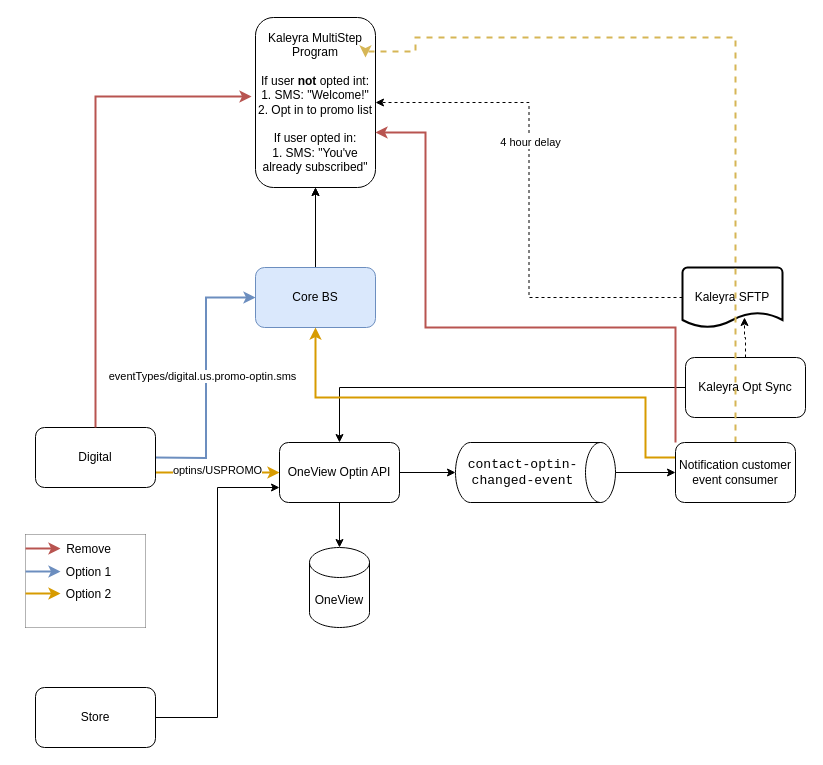
AarellanoH/draw_io keeps this draw.io diagram as drawings/Digital Optin integration.drawio. Above is the earlier version. Source tidied: cells renumbered, new cells numbered last; positions are measured from the earlier drawing's top-left corner, leaving out a move shared by most shapes. Both pictures are drawn from the tidied source at 100%, with x=0, y=0 at pixel (25, 17).
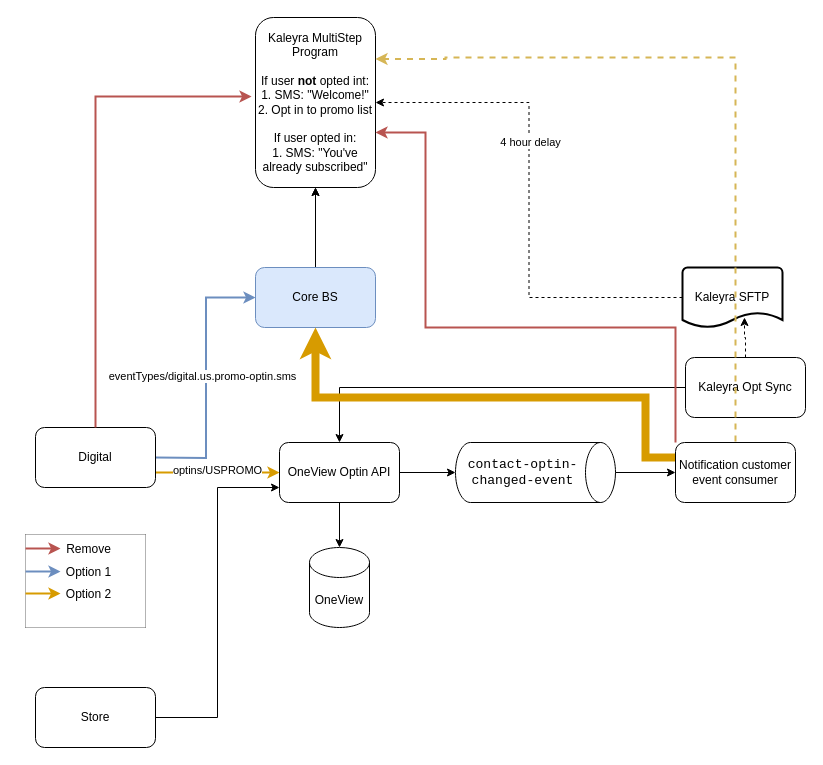
The same page after the edit.

The change refers to these unchanged cells:
```xml
<mxCell id="14" value="Core BS" style="rounded=1;whiteSpace=wrap;html=1;fillColor=#dae8fc;strokeColor=#6c8ebf;" parent="1" vertex="1">
  <mxGeometry x="230" y="250" width="120" height="60" as="geometry" />
</mxCell>
<mxCell id="34" value="Notification customer event consumer" style="rounded=1;whiteSpace=wrap;html=1;" parent="1" vertex="1">
  <mxGeometry x="650" y="425" width="120" height="60" as="geometry" />
</mxCell>
```

Change to the diagram source:
```diff
@@
-    <mxCell id="32" style="edgeStyle=orthogonalEdgeStyle;rounded=0;jettySize=auto;html=1;exitX=0;exitY=0.25;exitDx=0;exitDy=0;entryX=0.5;entryY=1;entryDx=0;entryDy=0;fillColor=#ffe6cc;strokeColor=#d79b00;strokeWidth=2;" parent="1" edge="1" source="34" target="14">
+    <mxCell id="32" style="edgeStyle=orthogonalEdgeStyle;rounded=0;jettySize=auto;html=1;exitX=0;exitY=0.25;exitDx=0;exitDy=0;entryX=0.5;entryY=1;entryDx=0;entryDy=0;fillColor=#ffe6cc;strokeColor=#d79b00;strokeWidth=8;" parent="1" edge="1" source="34" target="14">
       <mxGeometry relative="1" as="geometry">
         <Array as="points">
           <mxPoint x="620" y="440" />
           <mxPoint x="620" y="380" />
           <mxPoint x="290" y="380" />
         </Array>
       </mxGeometry>
     </mxCell>
-    <mxCell id="33" style="edgeStyle=orthogonalEdgeStyle;rounded=0;jettySize=auto;html=1;dashed=1;fillColor=#fff2cc;strokeColor=#d6b656;strokeWidth=2;" parent="1" edge="1" source="34">
+    <mxCell id="33" style="edgeStyle=orthogonalEdgeStyle;rounded=0;orthogonalLoop=1;jettySize=auto;html=1;dashed=1;fillColor=#fff2cc;strokeColor=#d6b656;strokeWidth=2;entryX=1;entryY=0.25;entryDx=0;entryDy=0;" parent="1" edge="1">
       <mxGeometry relative="1" as="geometry">
-        <mxPoint x="340" y="40" as="targetPoint" />
+        <mxPoint x="710" y="424" as="sourcePoint" />
+        <mxPoint x="350" y="41.5" as="targetPoint" />
         <Array as="points">
-          <mxPoint x="710" y="20" />
-          <mxPoint x="390" y="20" />
-          <mxPoint x="390" y="34" />
-          <mxPoint x="340" y="34" />
+          <mxPoint x="710" y="40" />
+          <mxPoint x="420" y="40" />
+          <mxPoint x="420" y="42" />
         </Array>
       </mxGeometry>
     </mxCell>
```
